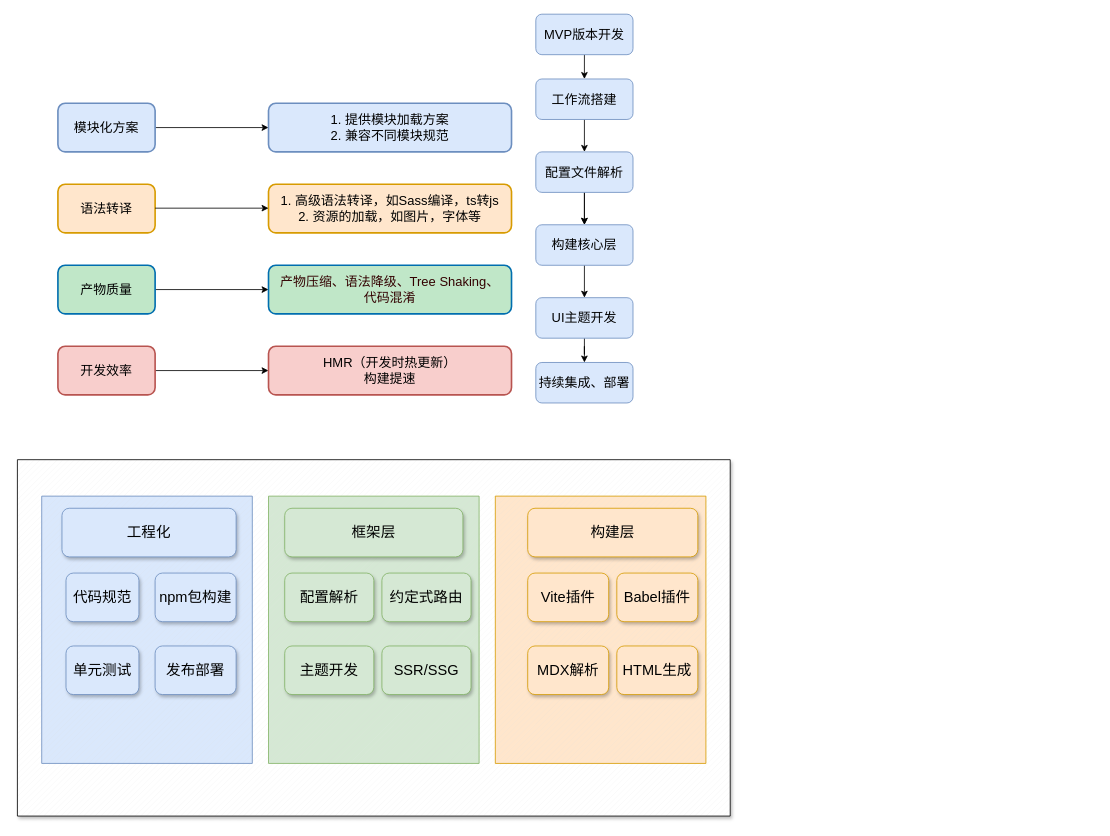
Above: 毕业设计.drawio in boyfeiyu/docspack-chart (draw.io), before the change. Source tidied: cells renumbered, new cells numbered last; positions are measured from the earlier drawing's top-left corner, leaving out a move shared by most shapes. Both pictures are drawn from the tidied source at 81%, with x=0, y=0 at pixel (17, 14).
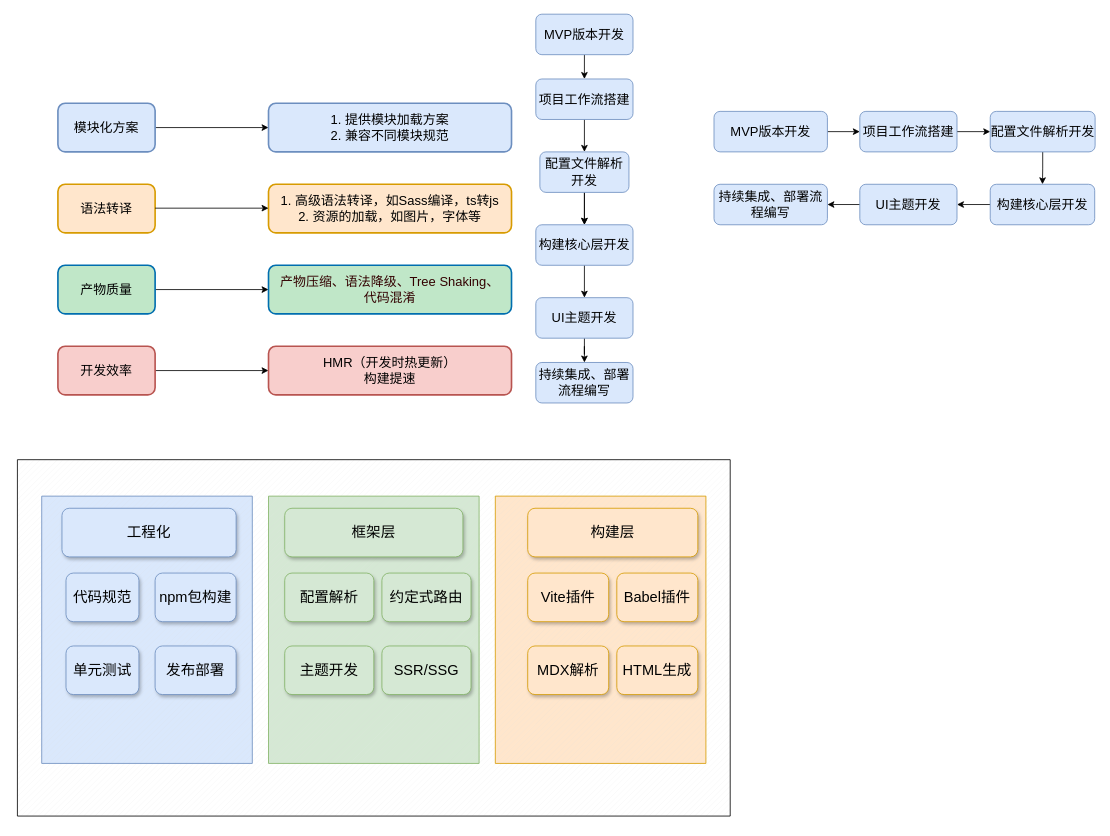
Above is the later version.

Commit message:
更新毕业设计.drawio

Diff of the diagram source:
```diff
@@
-    <mxCell id="17" value="&lt;font style=&quot;font-size: 16px;&quot;&gt;工作流搭建&lt;/font&gt;" style="rounded=1;whiteSpace=wrap;html=1;fillColor=#dae8fc;strokeColor=#6c8ebf;" parent="1" vertex="1">
+    <mxCell id="17" value="&lt;font style=&quot;font-size: 16px;&quot;&gt;项目工作流搭建&lt;/font&gt;" style="rounded=1;whiteSpace=wrap;html=1;fillColor=#dae8fc;strokeColor=#6c8ebf;" parent="1" vertex="1">
       <mxGeometry x="640" y="80" width="120" height="50" as="geometry" />
     </mxCell>
@@
-    <mxCell id="20" value="&lt;span style=&quot;font-size: 16px;&quot;&gt;配置文件解析&lt;/span&gt;" style="rounded=1;whiteSpace=wrap;html=1;fillColor=#dae8fc;strokeColor=#6c8ebf;" parent="1" vertex="1">
-      <mxGeometry x="640" y="170" width="120" height="50" as="geometry" />
+    <mxCell id="20" value="&lt;span style=&quot;font-size: 16px;&quot;&gt;配置文件解析开发&lt;/span&gt;" style="rounded=1;whiteSpace=wrap;html=1;fillColor=#dae8fc;strokeColor=#6c8ebf;" parent="1" vertex="1">
+      <mxGeometry x="645" y="170" width="110" height="50" as="geometry" />
     </mxCell>
@@
-    <mxCell id="22" value="&lt;font style=&quot;font-size: 16px;&quot;&gt;构建核心层&lt;/font&gt;" style="rounded=1;whiteSpace=wrap;html=1;fillColor=#dae8fc;strokeColor=#6c8ebf;" parent="1" vertex="1">
+    <mxCell id="22" value="&lt;font style=&quot;font-size: 16px;&quot;&gt;构建核心层开发&lt;/font&gt;" style="rounded=1;whiteSpace=wrap;html=1;fillColor=#dae8fc;strokeColor=#6c8ebf;" parent="1" vertex="1">
       <mxGeometry x="640" y="260" width="120" height="50" as="geometry" />
     </mxCell>
@@
-    <mxCell id="25" value="&lt;span style=&quot;font-size: 16px;&quot;&gt;持续集成、部署&lt;/span&gt;" style="rounded=1;whiteSpace=wrap;html=1;fillColor=#dae8fc;strokeColor=#6c8ebf;" parent="1" vertex="1">
+    <mxCell id="25" value="&lt;span style=&quot;font-size: 16px;&quot;&gt;持续集成、部署流程编写&lt;/span&gt;" style="rounded=1;whiteSpace=wrap;html=1;fillColor=#dae8fc;strokeColor=#6c8ebf;" parent="1" vertex="1">
       <mxGeometry x="640" y="430" width="120" height="50" as="geometry" />
     </mxCell>
-    <mxCell id="26" style="verticalLabelPosition=bottom;verticalAlign=top;html=1;shape=mxgraph.basic.patternFillRect;fillStyle=diag;step=5;fillStrokeWidth=0.2;fillStrokeColor=#dddddd;fillColor=#FFFFFF;fontColor=#333333;strokeColor=default;shadow=1;" parent="1" vertex="1">
+    <mxCell id="26" style="verticalLabelPosition=bottom;verticalAlign=top;html=1;shape=mxgraph.basic.patternFillRect;fillStyle=diag;step=5;fillStrokeWidth=0.2;fillStrokeColor=#dddddd;fillColor=#FFFFFF;fontColor=#333333;strokeColor=default;shadow=0;" parent="1" vertex="1">
       <mxGeometry y="550" width="880" height="440" as="geometry" />
     </mxCell>
@@
+    <mxCell id="45" style="edgeStyle=orthogonalEdgeStyle;rounded=0;jettySize=auto;html=1;" parent="1" edge="1" source="46" target="48">
+      <mxGeometry relative="1" as="geometry" />
+    </mxCell>
+    <mxCell id="46" value="&lt;font style=&quot;font-size: 16px;&quot;&gt;MVP版本开发&lt;/font&gt;" style="rounded=1;whiteSpace=wrap;html=1;fillColor=#dae8fc;strokeColor=#6c8ebf;" parent="1" vertex="1">
+      <mxGeometry x="860" y="120" width="140" height="50" as="geometry" />
+    </mxCell>
+    <mxCell id="47" style="edgeStyle=orthogonalEdgeStyle;rounded=0;jettySize=auto;html=1;" parent="1" edge="1" source="48" target="50">
+      <mxGeometry relative="1" as="geometry" />
+    </mxCell>
+    <mxCell id="48" value="&lt;font style=&quot;font-size: 16px;&quot;&gt;项目工作流搭建&lt;/font&gt;" style="rounded=1;whiteSpace=wrap;html=1;fillColor=#dae8fc;strokeColor=#6c8ebf;" parent="1" vertex="1">
+      <mxGeometry x="1040" y="120" width="120" height="50" as="geometry" />
+    </mxCell>
+    <mxCell id="49" style="edgeStyle=orthogonalEdgeStyle;rounded=0;jettySize=auto;html=1;" parent="1" edge="1" source="50" target="52">
+      <mxGeometry relative="1" as="geometry" />
+    </mxCell>
+    <mxCell id="50" value="&lt;span style=&quot;font-size: 16px;&quot;&gt;配置文件解析开发&lt;/span&gt;" style="rounded=1;whiteSpace=wrap;html=1;fillColor=#dae8fc;strokeColor=#6c8ebf;" parent="1" vertex="1">
+      <mxGeometry x="1201" y="120" width="129.5" height="50" as="geometry" />
+    </mxCell>
+    <mxCell id="51" style="edgeStyle=orthogonalEdgeStyle;rounded=0;jettySize=auto;html=1;" parent="1" edge="1" source="52" target="54">
+      <mxGeometry relative="1" as="geometry" />
+    </mxCell>
+    <mxCell id="52" value="&lt;font style=&quot;font-size: 16px;&quot;&gt;构建核心层开发&lt;/font&gt;" style="rounded=1;whiteSpace=wrap;html=1;fillColor=#dae8fc;strokeColor=#6c8ebf;" parent="1" vertex="1">
+      <mxGeometry x="1201" y="210" width="129" height="50" as="geometry" />
+    </mxCell>
+    <mxCell id="53" style="edgeStyle=orthogonalEdgeStyle;rounded=0;jettySize=auto;html=1;" parent="1" edge="1" source="54" target="55">
+      <mxGeometry relative="1" as="geometry" />
+    </mxCell>
+    <mxCell id="54" value="&lt;font style=&quot;font-size: 16px;&quot;&gt;UI主题开发&lt;/font&gt;" style="rounded=1;whiteSpace=wrap;html=1;fillColor=#dae8fc;strokeColor=#6c8ebf;" parent="1" vertex="1">
+      <mxGeometry x="1040" y="210" width="120" height="50" as="geometry" />
+    </mxCell>
+    <mxCell id="55" value="&lt;span style=&quot;font-size: 16px;&quot;&gt;持续集成、部署流程编写&lt;/span&gt;" style="rounded=1;whiteSpace=wrap;html=1;fillColor=#dae8fc;strokeColor=#6c8ebf;" parent="1" vertex="1">
+      <mxGeometry x="860" y="210" width="140" height="50" as="geometry" />
+    </mxCell>
```
